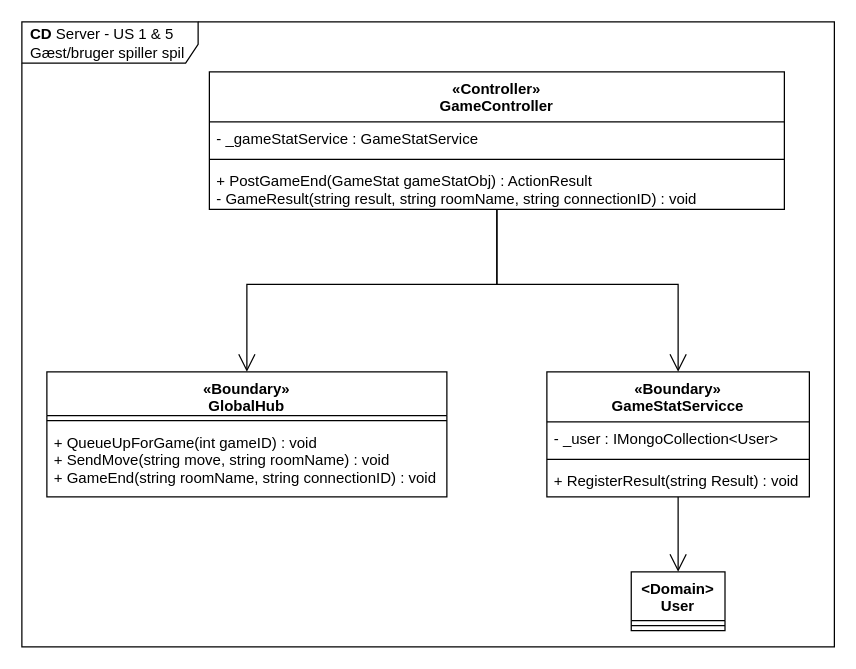
Above: page "CD-Server" (3 of 3) of diagrams/arkitektur/US1&5_spil.drawio in Macradon/I7BAC-PlugNPlay (draw.io), before the change. Source tidied: cells renumbered, new cells numbered last; positions are measured from the earlier drawing's top-left corner, leaving out a move shared by most shapes. Both pictures are drawn from the tidied source at 125%, with x=0, y=0 at pixel (21, 21).
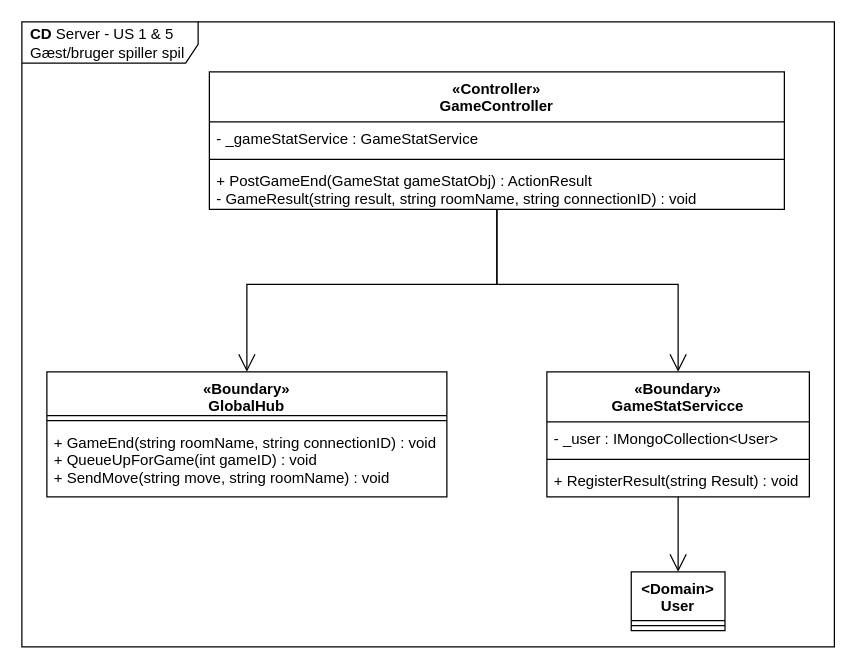
The same diagram, later.

What changed in the source:
```diff
@@
 <mxGraphModel>
   <root>
     <mxCell id="0" />
     <mxCell id="1" parent="0" />
     <mxCell id="2" value="&lt;b&gt;CD&lt;/b&gt;&amp;nbsp;Server - US 1 &amp;amp; 5&lt;br&gt;Gæst/bruger spiller spil" style="shape=umlFrame;whiteSpace=wrap;html=1;width=141;height=33;boundedLbl=1;verticalAlign=middle;align=left;spacingLeft=5;" parent="1" vertex="1">
       <mxGeometry width="650" height="500" as="geometry" />
     </mxCell>
     <mxCell id="3" value="«Boundary»&#10;GlobalHub" style="swimlane;fontStyle=1;align=center;verticalAlign=top;horizontal=1;startSize=35;" parent="1" vertex="1">
       <mxGeometry x="20" y="280" width="320" height="100" as="geometry" />
     </mxCell>
     <mxCell id="4" style="line;strokeWidth=1;fillColor=none;align=left;verticalAlign=middle;spacingTop=-1;spacingLeft=3;spacingRight=3;labelPosition=right;" parent="3" vertex="1">
       <mxGeometry y="35" width="320" height="8" as="geometry" />
     </mxCell>
-    <mxCell id="5" value="+ QueueUpForGame(int gameID) : void&#10;+ SendMove(string move, string roomName) : void&#10;+ GameEnd(string roomName, string connectionID) : void" style="text;strokeColor=none;fillColor=none;align=left;verticalAlign=top;spacingLeft=4;spacingRight=4;overflow=hidden;" parent="3" vertex="1">
+    <mxCell id="5" value="+ GameEnd(string roomName, string connectionID) : void&#10;+ QueueUpForGame(int gameID) : void&#10;+ SendMove(string move, string roomName) : void" style="text;strokeColor=none;fillColor=none;align=left;verticalAlign=top;spacingLeft=4;spacingRight=4;overflow=hidden;" parent="3" vertex="1">
       <mxGeometry y="43" width="320" height="57" as="geometry" />
     </mxCell>
     <mxCell id="6" style="edgeStyle=orthogonalEdgeStyle;rounded=0;jettySize=auto;html=1;endArrow=open;endFill=0;endSize=12;" parent="1" edge="1" source="8" target="3">
       <mxGeometry relative="1" as="geometry" />
     </mxCell>
     <mxCell id="7" style="edgeStyle=orthogonalEdgeStyle;rounded=0;jettySize=auto;html=1;endArrow=open;endFill=0;endSize=12;" parent="1" edge="1" source="8" target="13">
       <mxGeometry relative="1" as="geometry" />
     </mxCell>
     <mxCell id="8" value="«Controller»&#10;GameController" style="swimlane;fontStyle=1;align=center;verticalAlign=top;horizontal=1;startSize=40;" parent="1" vertex="1">
       <mxGeometry x="150" y="40" width="460" height="110" as="geometry" />
     </mxCell>
     <mxCell id="9" value="- _gameStatService : GameStatService" style="text;strokeColor=none;fillColor=none;align=left;verticalAlign=top;spacingLeft=4;spacingRight=4;overflow=hidden;" parent="8" vertex="1">
       <mxGeometry y="40" width="460" height="26" as="geometry" />
     </mxCell>
     <mxCell id="10" style="line;strokeWidth=1;fillColor=none;align=left;verticalAlign=middle;spacingTop=-1;spacingLeft=3;spacingRight=3;labelPosition=right;" parent="8" vertex="1">
       <mxGeometry y="66" width="460" height="8" as="geometry" />
     </mxCell>
     <mxCell id="11" value="+ PostGameEnd(GameStat gameStatObj) : ActionResult&#10;- GameResult(string result, string roomName, string connectionID) : void" style="text;strokeColor=none;fillColor=none;align=left;verticalAlign=top;spacingLeft=4;spacingRight=4;overflow=hidden;" parent="8" vertex="1">
       <mxGeometry y="74" width="460" height="36" as="geometry" />
     </mxCell>
     <mxCell id="12" style="edgeStyle=orthogonalEdgeStyle;rounded=0;jettySize=auto;html=1;endArrow=open;endFill=0;endSize=12;" parent="1" edge="1" source="13" target="17">
       <mxGeometry relative="1" as="geometry" />
     </mxCell>
     <mxCell id="13" value="«Boundary»&#10;GameStatServicce" style="swimlane;fontStyle=1;align=center;verticalAlign=top;horizontal=1;startSize=40;" parent="1" vertex="1">
       <mxGeometry x="420" y="280" width="210" height="100" as="geometry" />
     </mxCell>
     <mxCell id="14" value="- _user : IMongoCollection&lt;User&gt;" style="text;strokeColor=none;fillColor=none;align=left;verticalAlign=top;spacingLeft=4;spacingRight=4;overflow=hidden;" parent="13" vertex="1">
       <mxGeometry y="40" width="210" height="26" as="geometry" />
     </mxCell>
     <mxCell id="15" style="line;strokeWidth=1;fillColor=none;align=left;verticalAlign=middle;spacingTop=-1;spacingLeft=3;spacingRight=3;labelPosition=right;" parent="13" vertex="1">
       <mxGeometry y="66" width="210" height="8" as="geometry" />
     </mxCell>
     <mxCell id="16" value="+ RegisterResult(string Result) : void" style="text;strokeColor=none;fillColor=none;align=left;verticalAlign=top;spacingLeft=4;spacingRight=4;overflow=hidden;" parent="13" vertex="1">
       <mxGeometry y="74" width="210" height="26" as="geometry" />
     </mxCell>
     <mxCell id="17" value="&lt;Domain&gt;&#10;User" style="swimlane;fontStyle=1;align=center;verticalAlign=top;horizontal=1;startSize=39;" parent="1" vertex="1">
       <mxGeometry x="487.5" y="440" width="75" height="47" as="geometry" />
     </mxCell>
     <mxCell id="18" style="line;strokeWidth=1;fillColor=none;align=left;verticalAlign=middle;spacingTop=-1;spacingLeft=3;spacingRight=3;labelPosition=right;" parent="17" vertex="1">
       <mxGeometry y="39" width="75" height="8" as="geometry" />
     </mxCell>
   </root>
 </mxGraphModel>
```
